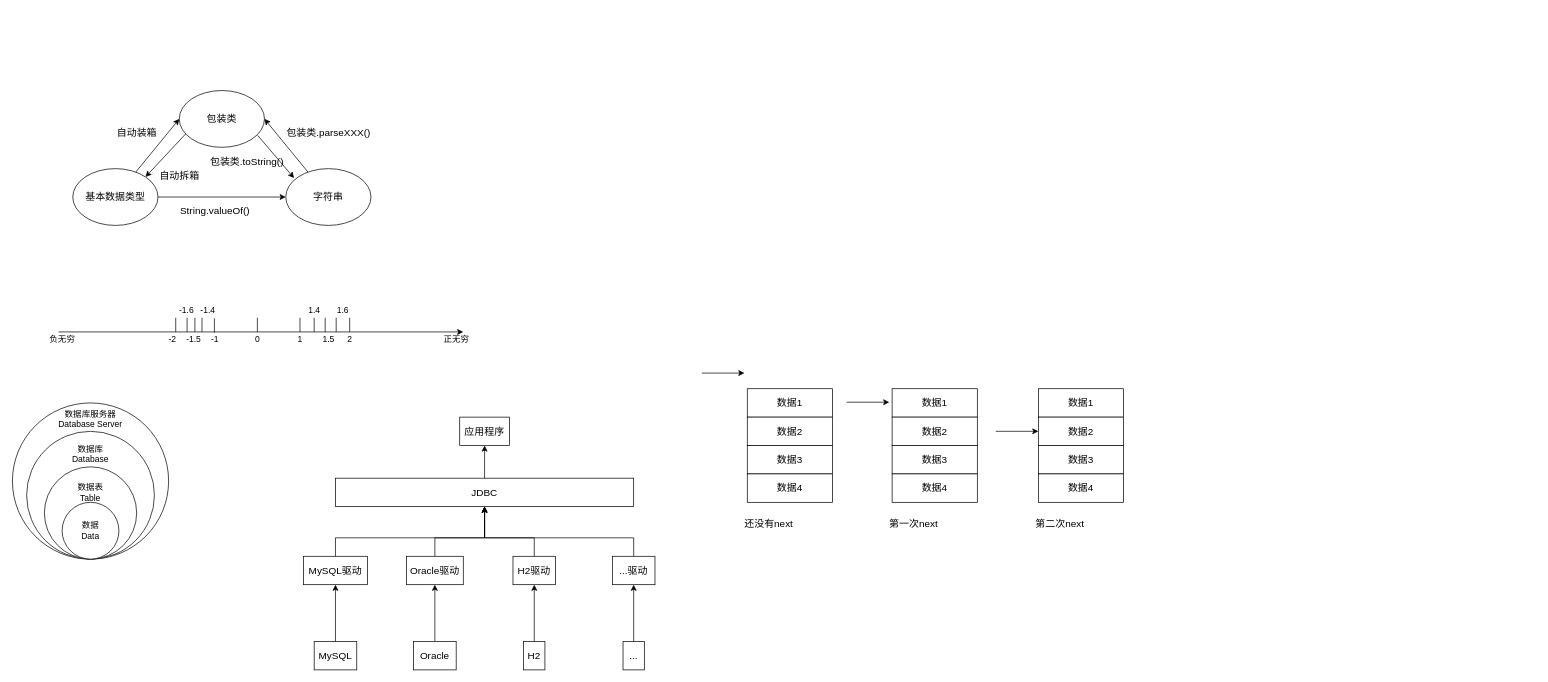
Earlier version of the draw.io diagram page "第 3 页" (3 of 3) of Java-基础/Java基础.drawio (Blacol/Java-tutorial). Source tidied: cells renumbered, new cells numbered last; positions are measured from the earlier drawing's top-left corner, leaving out a move shared by most shapes. Both pictures are drawn from the tidied source at 71%, with x=0, y=0 at pixel (12, 90).
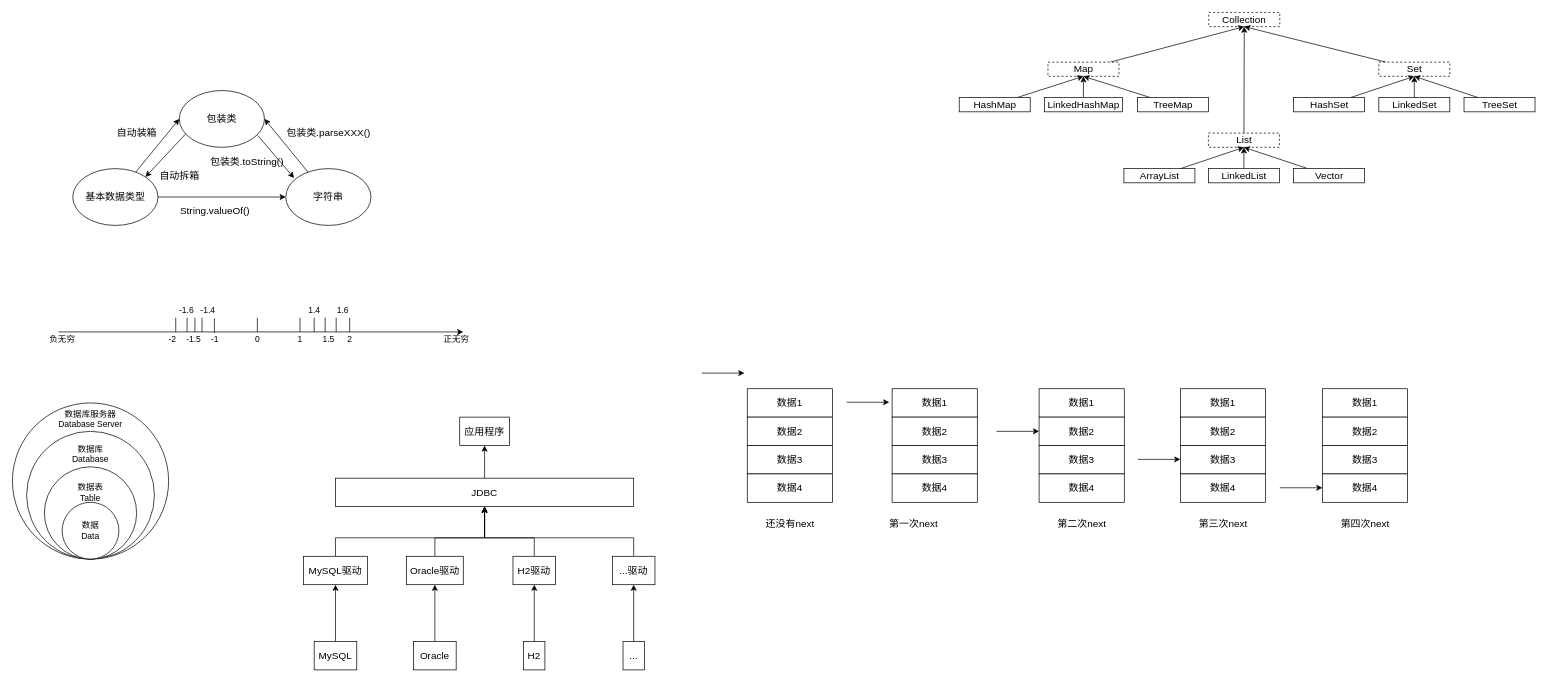
The same diagram, later.

Diff of the diagram source:
```diff
@@
     <mxCell id="68" value="还没有next" style="text;html=1;align=center;verticalAlign=middle;strokeColor=none;fillColor=none;fontSize=14;" parent="1" vertex="1">
-      <mxGeometry x="1025" y="600" width="80" height="20" as="geometry" />
+      <mxGeometry x="1055" y="600" width="80" height="20" as="geometry" />
     </mxCell>
@@
     <mxCell id="75" value="数据1" style="rounded=0;whiteSpace=wrap;html=1;fontSize=14;" parent="1" vertex="1">
-      <mxGeometry x="1445" y="420" width="120" height="40" as="geometry" />
+      <mxGeometry x="1446" y="420" width="120" height="40" as="geometry" />
     </mxCell>
     <mxCell id="76" value="数据2" style="rounded=0;whiteSpace=wrap;html=1;fontSize=14;" parent="1" vertex="1">
-      <mxGeometry x="1445" y="460" width="120" height="40" as="geometry" />
+      <mxGeometry x="1446" y="460" width="120" height="40" as="geometry" />
     </mxCell>
     <mxCell id="77" value="数据3" style="rounded=0;whiteSpace=wrap;html=1;fontSize=14;" parent="1" vertex="1">
-      <mxGeometry x="1445" y="500" width="120" height="40" as="geometry" />
+      <mxGeometry x="1446" y="500" width="120" height="40" as="geometry" />
     </mxCell>
     <mxCell id="78" value="数据4" style="rounded=0;whiteSpace=wrap;html=1;fontSize=14;" parent="1" vertex="1">
-      <mxGeometry x="1445" y="540" width="120" height="40" as="geometry" />
+      <mxGeometry x="1446" y="540" width="120" height="40" as="geometry" />
     </mxCell>
     <mxCell id="79" style="endArrow=classic;html=1;rounded=0;fontSize=14;entryX=0;entryY=0;entryDx=0;entryDy=0;" parent="1" edge="1">
       <mxGeometry relative="1" as="geometry">
-        <mxPoint x="1385" y="480" as="sourcePoint" />
-        <mxPoint x="1445" y="480" as="targetPoint" />
+        <mxPoint x="1386" y="480" as="sourcePoint" />
+        <mxPoint x="1446" y="480" as="targetPoint" />
       </mxGeometry>
     </mxCell>
     <mxCell id="80" value="第二次next" style="text;html=1;align=center;verticalAlign=middle;strokeColor=none;fillColor=none;fontSize=14;" parent="1" vertex="1">
-      <mxGeometry x="1435" y="600" width="80" height="20" as="geometry" />
+      <mxGeometry x="1466" y="600" width="80" height="20" as="geometry" />
     </mxCell>
+    <mxCell id="81" value="数据1" style="rounded=0;whiteSpace=wrap;html=1;fontSize=14;" parent="1" vertex="1">
+      <mxGeometry x="1645" y="420" width="120" height="40" as="geometry" />
+    </mxCell>
+    <mxCell id="82" value="数据2" style="rounded=0;whiteSpace=wrap;html=1;fontSize=14;" parent="1" vertex="1">
+      <mxGeometry x="1645" y="460" width="120" height="40" as="geometry" />
+    </mxCell>
+    <mxCell id="83" value="数据3" style="rounded=0;whiteSpace=wrap;html=1;fontSize=14;" parent="1" vertex="1">
+      <mxGeometry x="1645" y="500" width="120" height="40" as="geometry" />
+    </mxCell>
+    <mxCell id="84" value="数据4" style="rounded=0;whiteSpace=wrap;html=1;fontSize=14;" parent="1" vertex="1">
+      <mxGeometry x="1645" y="540" width="120" height="40" as="geometry" />
+    </mxCell>
+    <mxCell id="85" style="endArrow=classic;html=1;rounded=0;fontSize=14;entryX=0;entryY=0;entryDx=0;entryDy=0;" parent="1" edge="1">
+      <mxGeometry relative="1" as="geometry">
+        <mxPoint x="1585" y="519.5" as="sourcePoint" />
+        <mxPoint x="1645" y="519.5" as="targetPoint" />
+      </mxGeometry>
+    </mxCell>
+    <mxCell id="86" value="第三次next" style="text;html=1;align=center;verticalAlign=middle;strokeColor=none;fillColor=none;fontSize=14;" parent="1" vertex="1">
+      <mxGeometry x="1665" y="600" width="80" height="20" as="geometry" />
+    </mxCell>
+    <mxCell id="87" value="数据1" style="rounded=0;whiteSpace=wrap;html=1;fontSize=14;" parent="1" vertex="1">
+      <mxGeometry x="1845" y="420" width="120" height="40" as="geometry" />
+    </mxCell>
+    <mxCell id="88" value="数据2" style="rounded=0;whiteSpace=wrap;html=1;fontSize=14;" parent="1" vertex="1">
+      <mxGeometry x="1845" y="460" width="120" height="40" as="geometry" />
+    </mxCell>
+    <mxCell id="89" value="数据3" style="rounded=0;whiteSpace=wrap;html=1;fontSize=14;" parent="1" vertex="1">
+      <mxGeometry x="1845" y="500" width="120" height="40" as="geometry" />
+    </mxCell>
+    <mxCell id="90" value="数据4" style="rounded=0;whiteSpace=wrap;html=1;fontSize=14;" parent="1" vertex="1">
+      <mxGeometry x="1845" y="540" width="120" height="40" as="geometry" />
+    </mxCell>
+    <mxCell id="91" style="endArrow=classic;html=1;rounded=0;fontSize=14;entryX=0;entryY=0;entryDx=0;entryDy=0;" parent="1" edge="1">
+      <mxGeometry relative="1" as="geometry">
+        <mxPoint x="1785" y="559.5" as="sourcePoint" />
+        <mxPoint x="1845" y="559.5" as="targetPoint" />
+      </mxGeometry>
+    </mxCell>
+    <mxCell id="92" value="第四次next" style="text;html=1;align=center;verticalAlign=middle;strokeColor=none;fillColor=none;fontSize=14;" parent="1" vertex="1">
+      <mxGeometry x="1865" y="600" width="80" height="20" as="geometry" />
+    </mxCell>
+    <mxCell id="93" value="Collection" style="rounded=0;whiteSpace=wrap;html=1;fontSize=14;dashed=1;" parent="1" vertex="1">
+      <mxGeometry x="1685" y="-110" width="100" height="20" as="geometry" />
+    </mxCell>
+    <mxCell id="94" style="edgeStyle=none;rounded=0;jettySize=auto;html=1;entryX=0.5;entryY=1;entryDx=0;entryDy=0;fontSize=14;" parent="1" edge="1" source="95" target="93">
+      <mxGeometry relative="1" as="geometry" />
+    </mxCell>
+    <mxCell id="95" value="Map" style="rounded=0;whiteSpace=wrap;html=1;fontSize=14;dashed=1;" parent="1" vertex="1">
+      <mxGeometry x="1458.5" y="-40" width="100" height="20" as="geometry" />
+    </mxCell>
+    <mxCell id="96" style="edgeStyle=none;rounded=0;jettySize=auto;html=1;entryX=0.5;entryY=1;entryDx=0;entryDy=0;fontSize=14;" parent="1" edge="1" source="97" target="93">
+      <mxGeometry relative="1" as="geometry" />
+    </mxCell>
+    <mxCell id="97" value="List" style="rounded=0;whiteSpace=wrap;html=1;fontSize=14;dashed=1;" parent="1" vertex="1">
+      <mxGeometry x="1684.5" y="60" width="100" height="20" as="geometry" />
+    </mxCell>
+    <mxCell id="98" style="edgeStyle=none;rounded=0;jettySize=auto;html=1;entryX=0.5;entryY=1;entryDx=0;entryDy=0;fontSize=14;" parent="1" edge="1" source="99" target="93">
+      <mxGeometry relative="1" as="geometry" />
+    </mxCell>
+    <mxCell id="99" value="Set" style="rounded=0;whiteSpace=wrap;html=1;fontSize=14;dashed=1;" parent="1" vertex="1">
+      <mxGeometry x="1924.5" y="-40" width="100" height="20" as="geometry" />
+    </mxCell>
+    <mxCell id="100" style="rounded=0;jettySize=auto;html=1;entryX=0.5;entryY=1;entryDx=0;entryDy=0;fontSize=14;" parent="1" edge="1" source="101" target="95">
+      <mxGeometry relative="1" as="geometry" />
+    </mxCell>
+    <mxCell id="101" value="HashMap" style="rounded=0;whiteSpace=wrap;html=1;fontSize=14;" parent="1" vertex="1">
+      <mxGeometry x="1333.5" y="10" width="100" height="20" as="geometry" />
+    </mxCell>
+    <mxCell id="102" style="edgeStyle=none;rounded=0;jettySize=auto;html=1;entryX=0.5;entryY=1;entryDx=0;entryDy=0;fontSize=14;" parent="1" edge="1" source="103" target="95">
+      <mxGeometry relative="1" as="geometry" />
+    </mxCell>
+    <mxCell id="103" value="LinkedHashMap" style="rounded=0;whiteSpace=wrap;html=1;fontSize=14;" parent="1" vertex="1">
+      <mxGeometry x="1453.5" y="10" width="110" height="20" as="geometry" />
+    </mxCell>
+    <mxCell id="104" style="edgeStyle=none;rounded=0;jettySize=auto;html=1;entryX=0.5;entryY=1;entryDx=0;entryDy=0;fontSize=14;" parent="1" edge="1" source="105" target="95">
+      <mxGeometry relative="1" as="geometry" />
+    </mxCell>
+    <mxCell id="105" value="TreeMap" style="rounded=0;whiteSpace=wrap;html=1;fontSize=14;" parent="1" vertex="1">
+      <mxGeometry x="1584.5" y="10" width="100" height="20" as="geometry" />
+    </mxCell>
+    <mxCell id="106" style="edgeStyle=none;rounded=0;jettySize=auto;html=1;entryX=0.5;entryY=1;entryDx=0;entryDy=0;fontSize=14;" parent="1" edge="1" source="107" target="97">
+      <mxGeometry relative="1" as="geometry" />
+    </mxCell>
+    <mxCell id="107" value="ArrayList" style="rounded=0;whiteSpace=wrap;html=1;fontSize=14;" parent="1" vertex="1">
+      <mxGeometry x="1565.5" y="110" width="100" height="20" as="geometry" />
+    </mxCell>
+    <mxCell id="108" style="edgeStyle=none;rounded=0;jettySize=auto;html=1;entryX=0.5;entryY=1;entryDx=0;entryDy=0;fontSize=14;" parent="1" edge="1" source="109" target="97">
+      <mxGeometry relative="1" as="geometry" />
+    </mxCell>
+    <mxCell id="109" value="LinkedList" style="rounded=0;whiteSpace=wrap;html=1;fontSize=14;" parent="1" vertex="1">
+      <mxGeometry x="1684.5" y="110" width="100" height="20" as="geometry" />
+    </mxCell>
+    <mxCell id="110" style="edgeStyle=none;rounded=0;jettySize=auto;html=1;entryX=0.5;entryY=1;entryDx=0;entryDy=0;fontSize=14;" parent="1" edge="1" source="111" target="97">
+      <mxGeometry relative="1" as="geometry" />
+    </mxCell>
+    <mxCell id="111" value="Vector" style="rounded=0;whiteSpace=wrap;html=1;fontSize=14;" parent="1" vertex="1">
+      <mxGeometry x="1804.5" y="110" width="100" height="20" as="geometry" />
+    </mxCell>
+    <mxCell id="112" style="edgeStyle=none;rounded=0;jettySize=auto;html=1;entryX=0.5;entryY=1;entryDx=0;entryDy=0;fontSize=14;" parent="1" edge="1" source="113" target="99">
+      <mxGeometry relative="1" as="geometry" />
+    </mxCell>
+    <mxCell id="113" value="HashSet" style="rounded=0;whiteSpace=wrap;html=1;fontSize=14;" parent="1" vertex="1">
+      <mxGeometry x="1804.5" y="10" width="100" height="20" as="geometry" />
+    </mxCell>
+    <mxCell id="114" style="edgeStyle=none;rounded=0;jettySize=auto;html=1;entryX=0.5;entryY=1;entryDx=0;entryDy=0;fontSize=14;" parent="1" edge="1" source="115" target="99">
+      <mxGeometry relative="1" as="geometry" />
+    </mxCell>
+    <mxCell id="115" value="LinkedSet" style="rounded=0;whiteSpace=wrap;html=1;fontSize=14;" parent="1" vertex="1">
+      <mxGeometry x="1924.5" y="10" width="100" height="20" as="geometry" />
+    </mxCell>
+    <mxCell id="116" style="edgeStyle=none;rounded=0;jettySize=auto;html=1;entryX=0.5;entryY=1;entryDx=0;entryDy=0;fontSize=14;" parent="1" edge="1" source="117" target="99">
+      <mxGeometry relative="1" as="geometry" />
+    </mxCell>
+    <mxCell id="117" value="TreeSet" style="rounded=0;whiteSpace=wrap;html=1;fontSize=14;" parent="1" vertex="1">
+      <mxGeometry x="2044.5" y="10" width="100" height="20" as="geometry" />
+    </mxCell>
```
